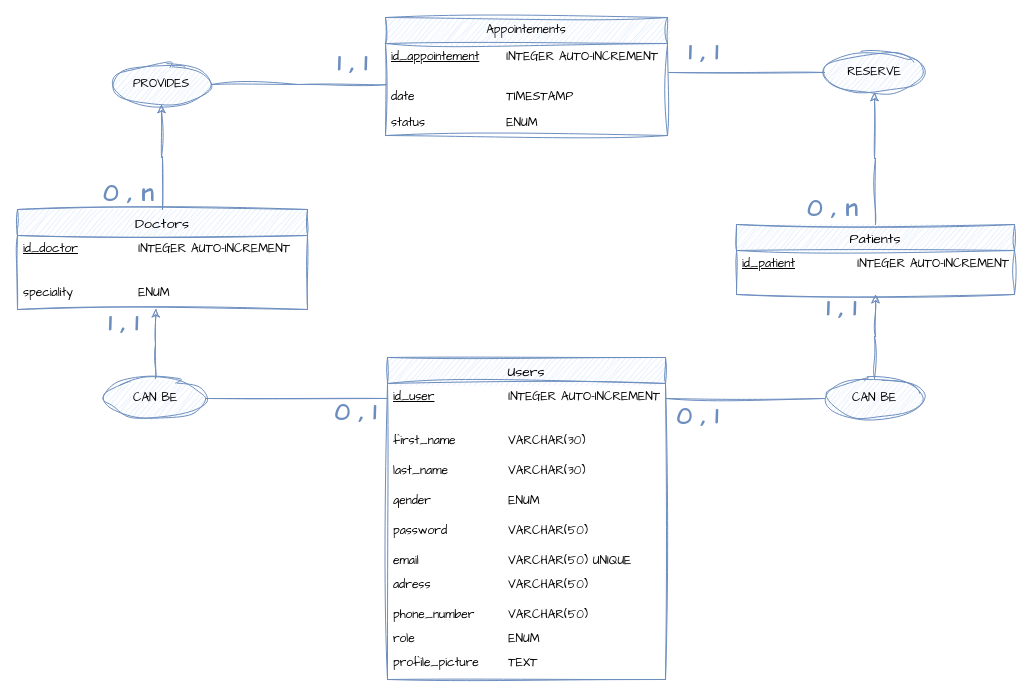
Above: Fic'Tif_Medical-Center_MCD.drawio in NicolasB590/Fic-tif_Medical-Center (draw.io), before the change. Source tidied: cells renumbered, new cells numbered last; positions are measured from the earlier drawing's top-left corner, leaving out a move shared by most shapes. Both pictures are drawn from the tidied source at 100%, with x=0, y=0 at pixel (17, 17).
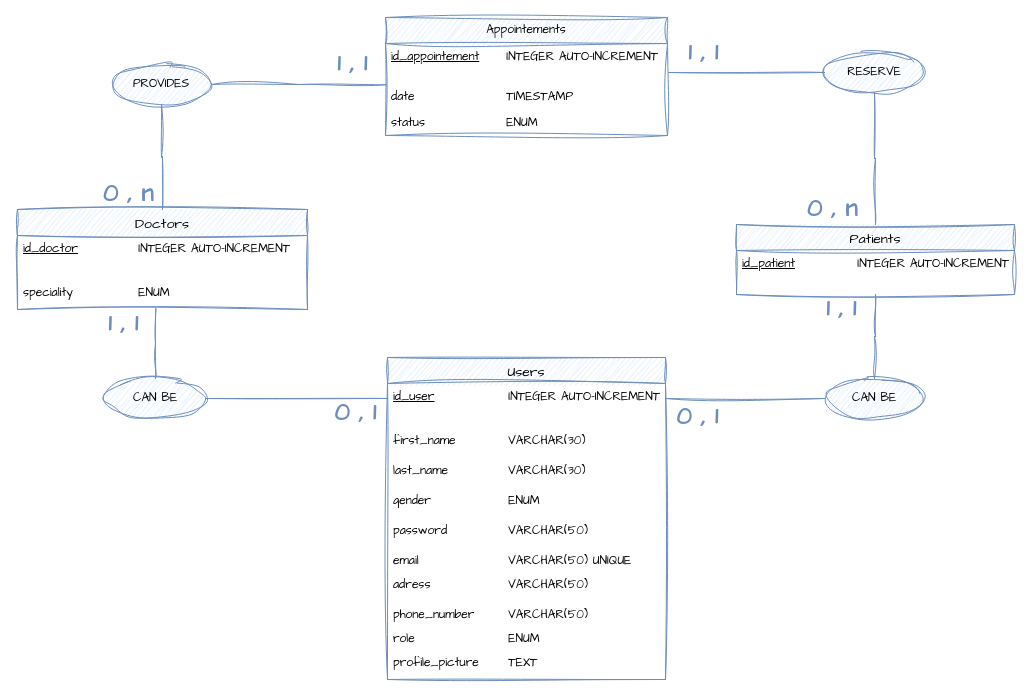
After the change.

The change refers to these unchanged cells:
```xml
<mxCell id="3" value="Patients" style="swimlane;fontStyle=0;horizontal=1;startSize=26;align=center;fontSize=14;sketch=1;hachureGap=4;jiggle=2;curveFitting=1;fontFamily=Architects Daughter;fillColor=#dae8fc;strokeColor=#6c8ebf;" parent="1" vertex="1">
  <mxGeometry x="719" y="207" width="278" height="70" as="geometry" />
</mxCell>
<mxCell id="5" style="text;strokeColor=none;fillColor=none;align=left;verticalAlign=middle;spacingTop=-1;spacingLeft=4;spacingRight=4;labelPosition=right;points=[];portConstraint=eastwest;fontFamily=Architects Daughter;" parent="3" vertex="1">
  <mxGeometry y="56" width="278" height="14" as="geometry" />
</mxCell>
<mxCell id="12" value="Doctors" style="swimlane;fontStyle=0;horizontal=1;startSize=26;align=center;fontSize=14;sketch=1;hachureGap=4;jiggle=2;curveFitting=1;fontFamily=Architects Daughter;fillColor=#dae8fc;strokeColor=#6c8ebf;" parent="1" vertex="1">
  <mxGeometry y="192" width="290" height="100" as="geometry" />
</mxCell>
<mxCell id="15" value="speciality&lt;span style=&quot;white-space: pre;&quot;&gt;&#9;&lt;span style=&quot;white-space: pre;&quot;&gt;&#9;&lt;/span&gt;&lt;/span&gt;ENUM" style="text;strokeColor=none;fillColor=none;spacingLeft=4;spacingRight=4;overflow=hidden;points=[[0,0.5],[1,0.5]];portConstraint=eastwest;fontSize=12;whiteSpace=wrap;html=1;fontFamily=Architects Daughter;" parent="12" vertex="1">
  <mxGeometry y="70" width="290" height="30" as="geometry" />
</mxCell>
<mxCell id="16" value="PROVIDES" style="ellipse;whiteSpace=wrap;html=1;align=center;sketch=1;hachureGap=4;jiggle=2;curveFitting=1;fontFamily=Architects Daughter;fillColor=#dae8fc;strokeColor=#6c8ebf;" parent="1" vertex="1">
  <mxGeometry x="94" y="47" width="100" height="40" as="geometry" />
</mxCell>
<mxCell id="17" value="RESERVE" style="ellipse;whiteSpace=wrap;html=1;align=center;sketch=1;hachureGap=4;jiggle=2;curveFitting=1;fontFamily=Architects Daughter;fillColor=#dae8fc;strokeColor=#6c8ebf;" parent="1" vertex="1">
  <mxGeometry x="807" y="35" width="100" height="40" as="geometry" />
</mxCell>
<mxCell id="30" value="CAN BE" style="ellipse;whiteSpace=wrap;html=1;align=center;sketch=1;hachureGap=4;jiggle=2;curveFitting=1;fontFamily=Architects Daughter;fillColor=#dae8fc;strokeColor=#6c8ebf;" parent="1" vertex="1">
  <mxGeometry x="88" y="361" width="100" height="40" as="geometry" />
</mxCell>
<mxCell id="32" value="CAN BE" style="ellipse;whiteSpace=wrap;html=1;align=center;sketch=1;hachureGap=4;jiggle=2;curveFitting=1;fontFamily=Architects Daughter;fillColor=#dae8fc;strokeColor=#6c8ebf;" parent="1" vertex="1">
  <mxGeometry x="807" y="361" width="100" height="40" as="geometry" />
</mxCell>
```

What changed in the source:
```diff
@@
-    <mxCell id="2" style="edgeStyle=orthogonalEdgeStyle;rounded=0;sketch=1;hachureGap=4;jiggle=2;curveFitting=1;jettySize=auto;html=1;exitX=0.5;exitY=0;exitDx=0;exitDy=0;entryX=0.5;entryY=1;entryDx=0;entryDy=0;fontFamily=Architects Daughter;fillColor=#dae8fc;strokeColor=#6c8ebf;" parent="1" edge="1" source="3" target="17">
+    <mxCell id="2" style="edgeStyle=orthogonalEdgeStyle;rounded=0;sketch=1;hachureGap=4;jiggle=2;curveFitting=1;jettySize=auto;html=1;exitX=0.5;exitY=0;exitDx=0;exitDy=0;entryX=0.5;entryY=1;entryDx=0;entryDy=0;fontFamily=Architects Daughter;fillColor=#dae8fc;strokeColor=#6c8ebf;endArrow=none;endFill=0;" parent="1" edge="1" source="3" target="17">
       <mxGeometry relative="1" as="geometry" />
     </mxCell>
@@
-    <mxCell id="11" style="edgeStyle=orthogonalEdgeStyle;rounded=0;sketch=1;hachureGap=4;jiggle=2;curveFitting=1;jettySize=auto;html=1;exitX=0.5;exitY=0;exitDx=0;exitDy=0;entryX=0.5;entryY=1;entryDx=0;entryDy=0;fontFamily=Architects Daughter;fillColor=#dae8fc;strokeColor=#6c8ebf;" parent="1" edge="1" source="12" target="16">
+    <mxCell id="11" style="edgeStyle=orthogonalEdgeStyle;rounded=0;sketch=1;hachureGap=4;jiggle=2;curveFitting=1;jettySize=auto;html=1;exitX=0.5;exitY=0;exitDx=0;exitDy=0;entryX=0.5;entryY=1;entryDx=0;entryDy=0;fontFamily=Architects Daughter;fillColor=#dae8fc;strokeColor=#6c8ebf;endArrow=none;endFill=0;" parent="1" edge="1" source="12" target="16">
       <mxGeometry relative="1" as="geometry" />
     </mxCell>
@@
-    <mxCell id="44" style="edgeStyle=orthogonalEdgeStyle;rounded=0;sketch=1;hachureGap=4;jiggle=2;curveFitting=1;jettySize=auto;html=1;exitX=0.5;exitY=0;exitDx=0;exitDy=0;entryX=0.5;entryY=1.007;entryDx=0;entryDy=0;entryPerimeter=0;fontFamily=Architects Daughter;fillColor=#dae8fc;strokeColor=#6c8ebf;" parent="1" edge="1" source="32" target="5">
+    <mxCell id="44" style="edgeStyle=orthogonalEdgeStyle;rounded=0;sketch=1;hachureGap=4;jiggle=2;curveFitting=1;jettySize=auto;html=1;exitX=0.5;exitY=0;exitDx=0;exitDy=0;entryX=0.5;entryY=1.007;entryDx=0;entryDy=0;entryPerimeter=0;fontFamily=Architects Daughter;fillColor=#dae8fc;strokeColor=#6c8ebf;endArrow=none;endFill=0;" parent="1" edge="1" source="32" target="5">
       <mxGeometry relative="1" as="geometry" />
     </mxCell>
-    <mxCell id="45" style="edgeStyle=orthogonalEdgeStyle;rounded=0;sketch=1;hachureGap=4;jiggle=2;curveFitting=1;jettySize=auto;html=1;exitX=0.5;exitY=0;exitDx=0;exitDy=0;entryX=0.477;entryY=0.975;entryDx=0;entryDy=0;entryPerimeter=0;fontFamily=Architects Daughter;fillColor=#dae8fc;strokeColor=#6c8ebf;" parent="1" edge="1" source="30" target="15">
+    <mxCell id="45" style="edgeStyle=orthogonalEdgeStyle;rounded=0;sketch=1;hachureGap=4;jiggle=2;curveFitting=1;jettySize=auto;html=1;exitX=0.5;exitY=0;exitDx=0;exitDy=0;entryX=0.477;entryY=0.975;entryDx=0;entryDy=0;entryPerimeter=0;fontFamily=Architects Daughter;fillColor=#dae8fc;strokeColor=#6c8ebf;endArrow=none;endFill=0;" parent="1" edge="1" source="30" target="15">
       <mxGeometry relative="1" as="geometry" />
     </mxCell>
```
